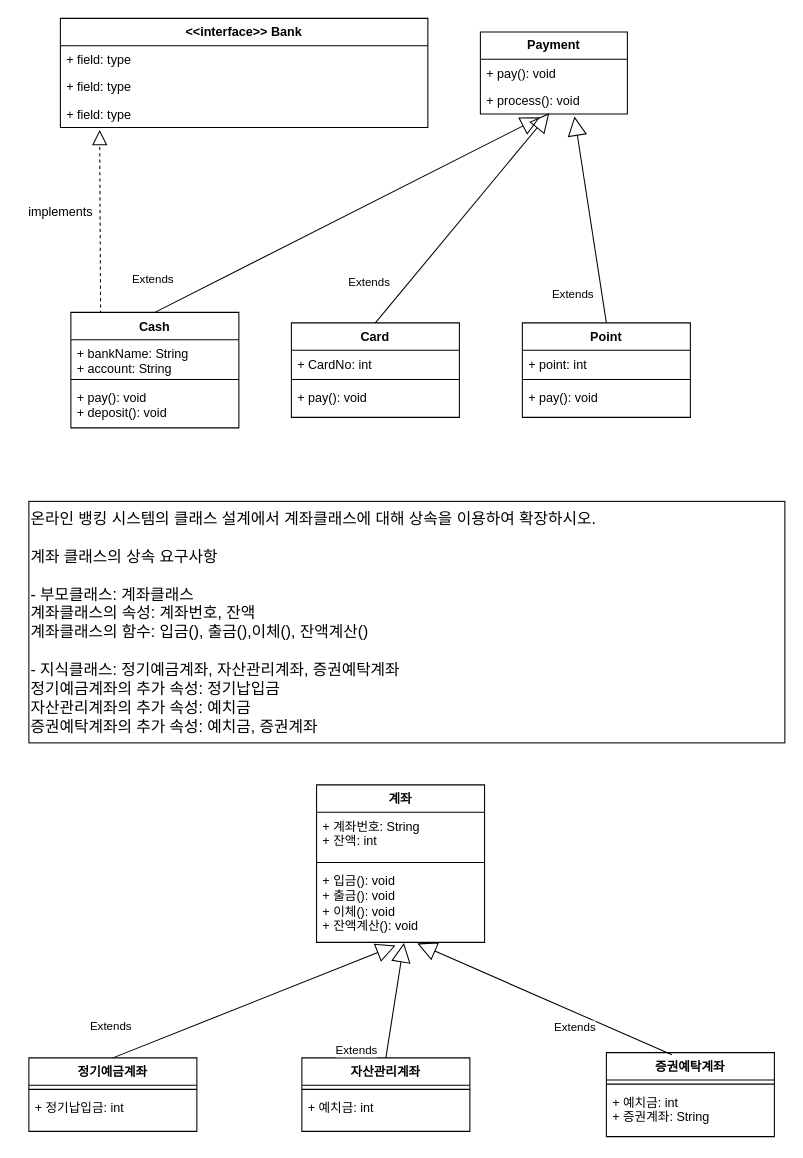
Earlier version of the draw.io diagram 241107.drawio (nalynn0517/UML). Source tidied: cells renumbered, new cells numbered last; positions are measured from the earlier drawing's top-left corner, leaving out a move shared by most shapes. Both pictures are drawn from the tidied source at 105%, with x=0, y=0 at pixel (18, 18).
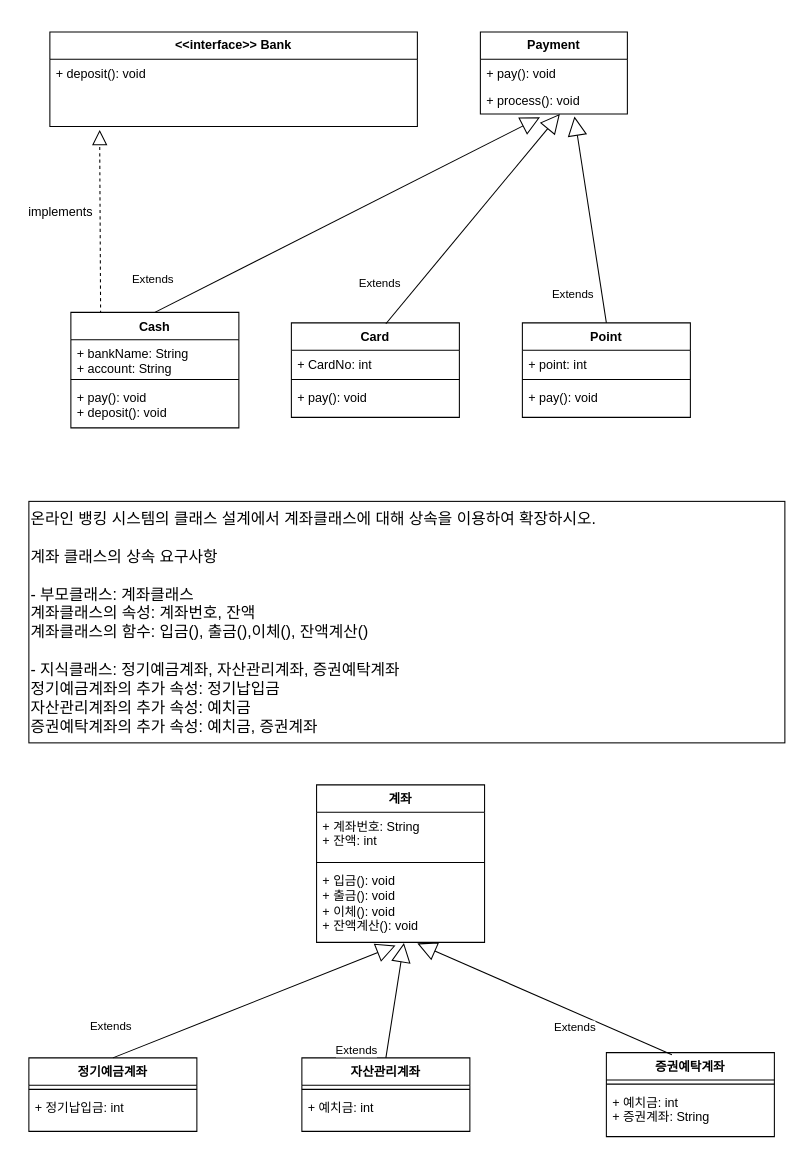
The same diagram, later.

The change refers to these unchanged cells:
```xml
<mxCell id="4" value="+ process(): void" style="text;strokeColor=none;fillColor=none;align=left;verticalAlign=top;spacingLeft=4;spacingRight=4;overflow=hidden;points=[[0,0.5],[1,0.5]];portConstraint=eastwest;whiteSpace=wrap;html=1;" parent="2" vertex="1">
  <mxGeometry y="52" width="140" height="26" as="geometry" />
</mxCell>
<mxCell id="17" value="&lt;b&gt;Card&lt;/b&gt;" style="swimlane;fontStyle=1;align=center;verticalAlign=top;horizontal=1;startSize=26;whiteSpace=wrap;html=1;" parent="1" vertex="1">
  <mxGeometry x="260" y="290" width="160" height="90" as="geometry" />
</mxCell>
```

What changed in the source:
```diff
@@
     <mxCell id="5" value="&lt;b&gt;&amp;lt;&amp;lt;interface&amp;gt;&amp;gt; Bank&lt;/b&gt;" style="swimlane;fontStyle=0;horizontal=1;startSize=26;fillColor=none;whiteSpace=wrap;html=1;" parent="1" vertex="1">
-      <mxGeometry x="40" width="350" height="104" as="geometry" />
+      <mxGeometry x="30" y="13" width="350" height="90" as="geometry" />
     </mxCell>
-    <mxCell id="6" value="+ field: type" style="text;strokeColor=none;fillColor=none;align=left;verticalAlign=top;spacingLeft=4;spacingRight=4;overflow=hidden;whiteSpace=wrap;html=1;" parent="5" vertex="1">
-      <mxGeometry y="26" width="350" height="26" as="geometry" />
-    </mxCell>
-    <mxCell id="7" value="+ field: type" style="text;strokeColor=none;fillColor=none;align=left;verticalAlign=top;spacingLeft=4;spacingRight=4;overflow=hidden;whiteSpace=wrap;html=1;" parent="5" vertex="1">
-      <mxGeometry y="52" width="350" height="26" as="geometry" />
-    </mxCell>
-    <mxCell id="8" value="+ field: type" style="text;strokeColor=none;fillColor=none;align=left;verticalAlign=top;spacingLeft=4;spacingRight=4;overflow=hidden;whiteSpace=wrap;html=1;" parent="5" vertex="1">
-      <mxGeometry y="78" width="350" height="26" as="geometry" />
+    <mxCell id="8" value="+ deposit(): void" style="text;strokeColor=none;fillColor=none;align=left;verticalAlign=top;spacingLeft=4;spacingRight=4;overflow=hidden;whiteSpace=wrap;html=1;" parent="5" vertex="1">
+      <mxGeometry y="26" width="350" height="64" as="geometry" />
     </mxCell>
@@
-    <mxCell id="25" value="Extends" style="endArrow=block;endSize=16;endFill=0;html=1;rounded=0;entryX=0.469;entryY=0.969;entryDx=0;entryDy=0;entryPerimeter=0;exitX=0.5;exitY=0;exitDx=0;exitDy=0;" parent="1" edge="1" source="17" target="4">
-      <mxGeometry x="-0.8" y="30" relative="1" as="geometry" />
+    <mxCell id="25" value="Extends" style="endArrow=block;endSize=16;endFill=0;html=1;rounded=0;entryX=0.469;entryY=0.969;entryDx=0;entryDy=0;entryPerimeter=0;exitX=0.5;exitY=0;exitDx=0;exitDy=0;" parent="1" edge="1">
+      <mxGeometry x="-0.8" y="30" relative="1" as="geometry">
+        <mxPoint x="350" y="290.8" as="sourcePoint" />
+        <mxPoint x="515.7" y="91" as="targetPoint" />
+      </mxGeometry>
     </mxCell>
```
